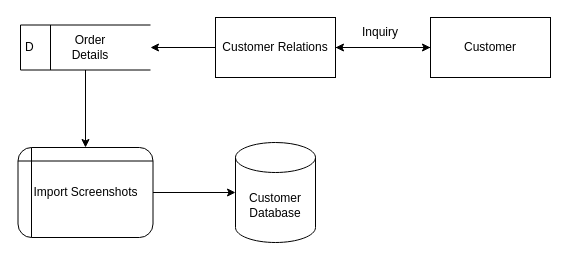
Above: page "Level 2 DFD (Order Queue List)" (3 of 7) of DFD DIAGRAMS.drawio in BryanFabellore/Team_SPOTLIGHT (draw.io), before the change. Source tidied: cells renumbered, new cells numbered last; positions are measured from the earlier drawing's top-left corner, leaving out a move shared by most shapes. Both pictures are drawn from the tidied source at 100%, with x=0, y=0 at pixel (18, 17).
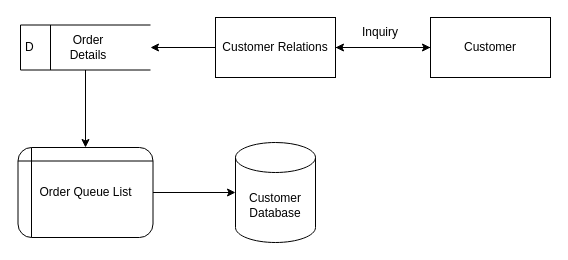
Above is the later version.

The edit, as a diff of the source:
```diff
@@
 <mxGraphModel>
   <root>
     <mxCell id="0" />
     <mxCell id="1" parent="0" />
     <mxCell id="2" style="edgeStyle=orthogonalEdgeStyle;rounded=0;jettySize=auto;html=1;" parent="1" edge="1" source="4" target="6">
       <mxGeometry relative="1" as="geometry" />
     </mxCell>
     <mxCell id="3" style="edgeStyle=orthogonalEdgeStyle;rounded=0;jettySize=auto;html=1;" parent="1" edge="1" source="4" target="11">
       <mxGeometry relative="1" as="geometry" />
     </mxCell>
     <mxCell id="4" value="Customer Relations" style="rounded=0;whiteSpace=wrap;html=1;strokeColor=default;fontFamily=Helvetica;fontSize=12;fontColor=default;fillColor=#FFFFFF;" parent="1" vertex="1">
       <mxGeometry x="197" width="120" height="60" as="geometry" />
     </mxCell>
     <mxCell id="5" style="edgeStyle=orthogonalEdgeStyle;rounded=0;jettySize=auto;html=1;entryX=1;entryY=0.5;entryDx=0;entryDy=0;" parent="1" edge="1" source="6" target="4">
       <mxGeometry relative="1" as="geometry" />
     </mxCell>
     <mxCell id="6" value="Customer" style="rounded=0;whiteSpace=wrap;html=1;strokeColor=default;fontFamily=Helvetica;fontSize=12;fontColor=default;fillColor=#FFFFFF;" parent="1" vertex="1">
       <mxGeometry x="412" width="120" height="60" as="geometry" />
     </mxCell>
     <mxCell id="7" style="edgeStyle=orthogonalEdgeStyle;rounded=0;jettySize=auto;html=1;exitX=1;exitY=0.5;exitDx=0;exitDy=0;entryX=0;entryY=0.5;entryDx=0;entryDy=0;entryPerimeter=0;" parent="1" edge="1" source="8" target="14">
       <mxGeometry relative="1" as="geometry" />
     </mxCell>
-    <mxCell id="8" value="Import Screenshots" style="shape=internalStorage;whiteSpace=wrap;html=1;backgroundOutline=1;rounded=1;strokeColor=default;fontFamily=Helvetica;fontSize=12;fontColor=default;fillColor=#FFFFFF;dx=5;dy=10;" parent="1" vertex="1">
+    <mxCell id="8" value="Order Queue List" style="shape=internalStorage;whiteSpace=wrap;html=1;backgroundOutline=1;rounded=1;strokeColor=default;fontFamily=Helvetica;fontSize=12;fontColor=default;fillColor=#FFFFFF;dx=5;dy=10;" parent="1" vertex="1">
       <mxGeometry x="-0.5" y="130" width="135" height="90" as="geometry" />
     </mxCell>
     <mxCell id="9" value="Inquiry" style="text;html=1;strokeColor=none;fillColor=none;align=center;verticalAlign=middle;whiteSpace=wrap;rounded=0;" parent="1" vertex="1">
       <mxGeometry x="332" width="60" height="30" as="geometry" />
     </mxCell>
     <mxCell id="10" style="group;" parent="1" vertex="1">
-      <mxGeometry x="2" y="7.5" width="130" height="45" as="geometry" />
+      <mxGeometry x="-0.5" y="7.5" width="130" height="45" as="geometry" />
     </mxCell>
     <mxCell id="11" value="D" style="html=1;dashed=0;whitespace=wrap;shape=mxgraph.dfd.dataStoreID;align=left;spacingLeft=3;points=[[0,0],[0.5,0],[1,0],[0,0.5],[1,0.5],[0,1],[0.5,1],[1,1]];" parent="10" vertex="1">
-      <mxGeometry width="130" height="45" as="geometry" />
+      <mxGeometry x="2.5" width="130" height="45" as="geometry" />
     </mxCell>
     <mxCell id="12" value="Order Details" style="text;html=1;strokeColor=none;fillColor=none;align=center;verticalAlign=middle;whiteSpace=wrap;rounded=0;" parent="10" vertex="1">
       <mxGeometry x="40" y="7.5" width="60" height="30" as="geometry" />
     </mxCell>
     <mxCell id="13" style="edgeStyle=orthogonalEdgeStyle;rounded=0;jettySize=auto;html=1;entryX=0.5;entryY=0;entryDx=0;entryDy=0;" parent="1" edge="1" source="11" target="8">
       <mxGeometry relative="1" as="geometry" />
     </mxCell>
     <mxCell id="14" value="Customer Database" style="shape=cylinder3;whiteSpace=wrap;html=1;boundedLbl=1;backgroundOutline=1;size=15;" parent="1" vertex="1">
       <mxGeometry x="217" y="125" width="80" height="100" as="geometry" />
     </mxCell>
   </root>
 </mxGraphModel>
```
